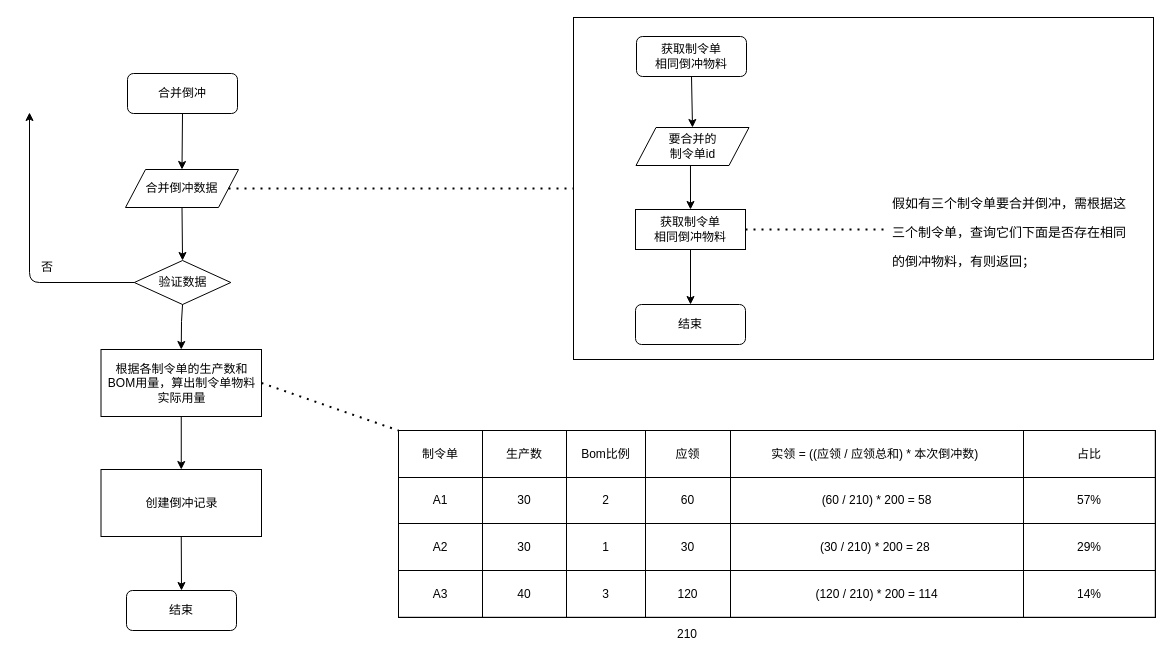
This is page "制令单合并倒冲" (3 of 5) of 青岛协创.drawio from KNAI-I/test, a draw.io file, before an edit. Source tidied: cells renumbered, new cells numbered last; positions are measured from the earlier drawing's top-left corner, leaving out a move shared by most shapes. Both pictures are drawn from the tidied source at 100%, with x=0, y=0 at pixel (17, 17).
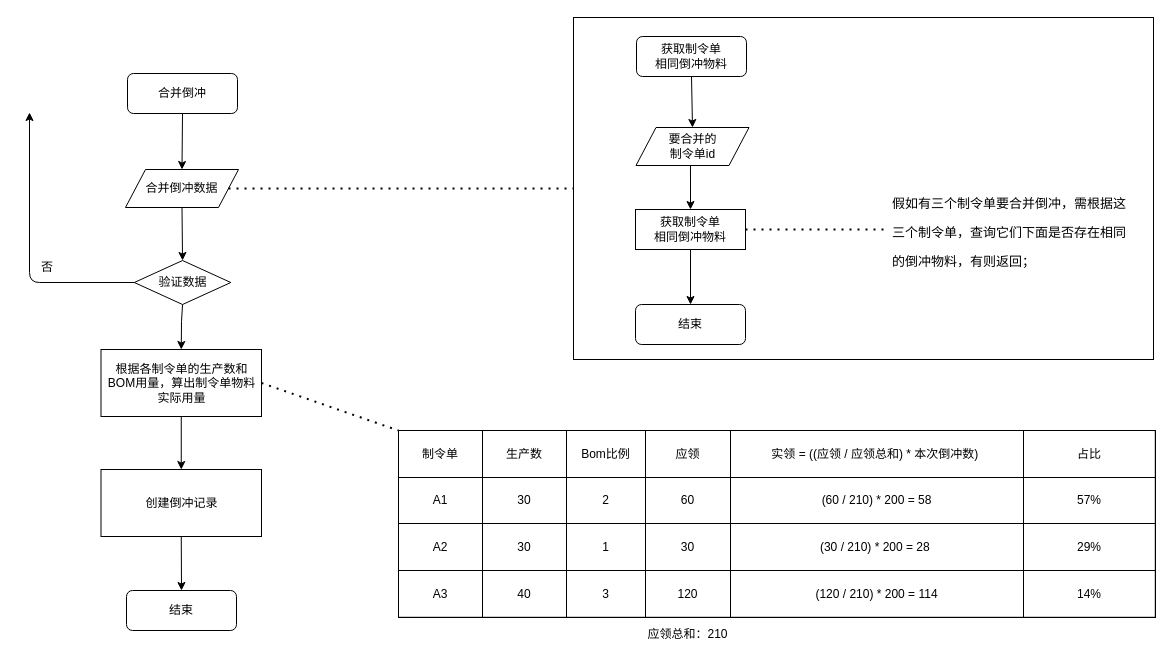
After the change.

Diff of the diagram source:
```diff
@@
-    <mxCell id="56" value="210" style="text;html=1;strokeColor=none;fillColor=none;align=center;verticalAlign=middle;whiteSpace=wrap;rounded=0;" parent="1" vertex="1">
-      <mxGeometry x="640" y="602" width="60" height="30" as="geometry" />
+    <mxCell id="56" value="应领总和：210" style="text;html=1;strokeColor=none;fillColor=none;align=center;verticalAlign=middle;whiteSpace=wrap;rounded=0;" parent="1" vertex="1">
+      <mxGeometry x="628" y="602" width="85" height="30" as="geometry" />
     </mxCell>
```
